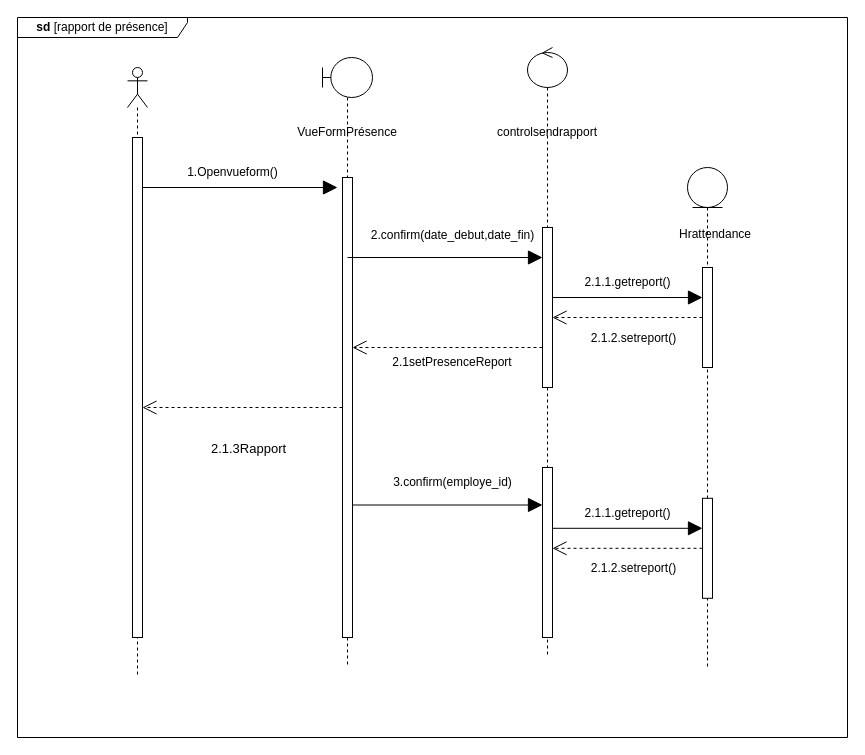
Above: static/Diagramme de séquence conceptuel rapport de présence.drawio in Siluearsene/borne_biometrique (draw.io), before the change. Source tidied: cells renumbered, new cells numbered last; positions are measured from the earlier drawing's top-left corner, leaving out a move shared by most shapes. Both pictures are drawn from the tidied source at 100%, with x=0, y=0 at pixel (17, 17).
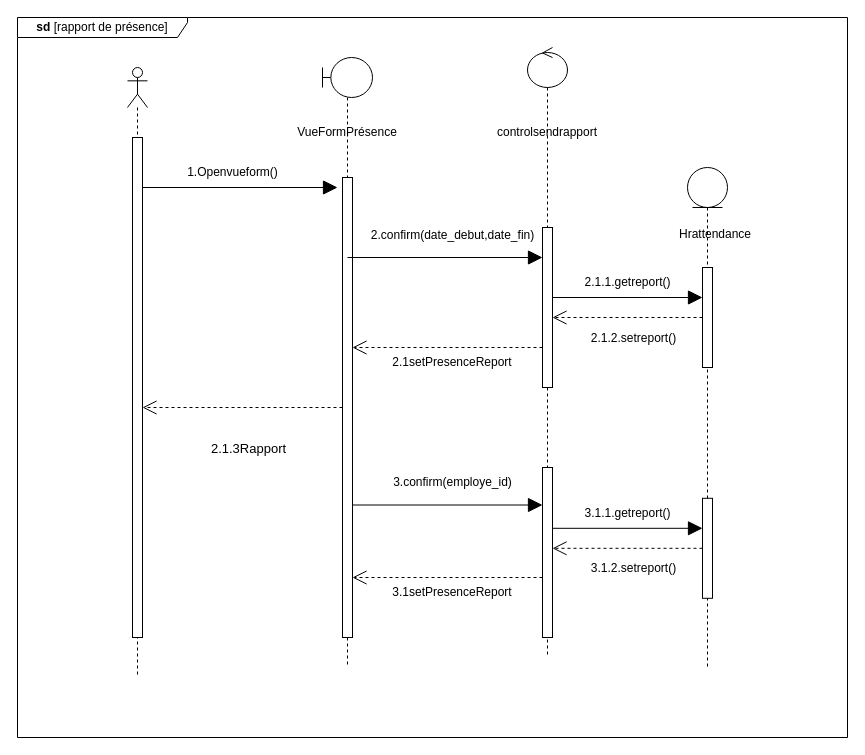
The same page after the edit.

Commit message (it also covers changes not shown here):
Mettre à jour Diagramme de séquence conceptuel rapport de présence.drawio

The change refers to these unchanged cells:
```xml
<mxCell id="32" style="endArrow=open;dashed=1;endFill=0;endSize=12;html=1;rounded=0;" parent="1" edge="1">
  <mxGeometry relative="1" as="geometry">
    <mxPoint x="685" y="530.8" as="sourcePoint" />
    <mxPoint x="535" y="530.8" as="targetPoint" />
  </mxGeometry>
</mxCell>
```

The edit, as a diff of the source:
```diff
@@
-    <mxCell id="30" value="2.1.1.getreport()" style="text;html=1;align=center;verticalAlign=middle;strokeColor=none;fillColor=none;" parent="1" vertex="1">
+    <mxCell id="30" value="3.1.1.getreport()" style="text;html=1;align=center;verticalAlign=middle;strokeColor=none;fillColor=none;" parent="1" vertex="1">
       <mxGeometry x="555" y="480.8" width="110" height="30" as="geometry" />
     </mxCell>
@@
-    <mxCell id="33" value="&lt;font style=&quot;font-size: 12px;&quot;&gt;2.1.2.setreport()&lt;/font&gt;" style="edgeLabel;html=1;align=center;verticalAlign=middle;" parent="32" vertex="1">
+    <mxCell id="33" value="&lt;font style=&quot;font-size: 12px;&quot;&gt;3.1.2.setreport()&lt;/font&gt;" style="edgeLabel;html=1;align=center;verticalAlign=middle;" parent="32" vertex="1">
       <mxGeometry x="0.04" y="5" relative="1" as="geometry">
         <mxPoint x="8" y="15" as="offset" />
       </mxGeometry>
     </mxCell>
+    <mxCell id="34" value="3.1setPresenceReport" style="text;html=1;strokeColor=none;fillColor=none;align=center;verticalAlign=middle;whiteSpace=wrap;rounded=0;" parent="1" vertex="1">
+      <mxGeometry x="405" y="560" width="60" height="30" as="geometry" />
+    </mxCell>
+    <mxCell id="35" style="endArrow=open;dashed=1;endFill=0;endSize=12;html=1;rounded=0;" parent="1" edge="1">
+      <mxGeometry relative="1" as="geometry">
+        <mxPoint x="525" y="560" as="sourcePoint" />
+        <mxPoint x="335" y="560" as="targetPoint" />
+      </mxGeometry>
+    </mxCell>
```
